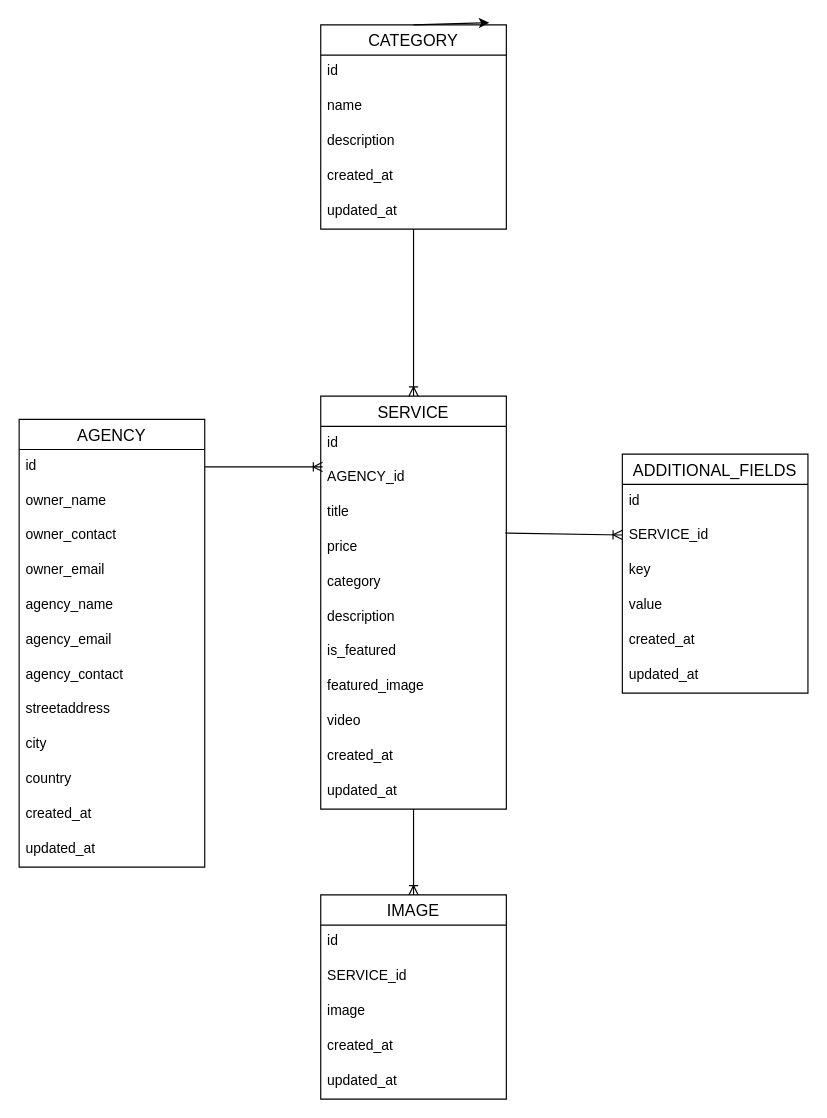
The draw.io diagram Database/VogueChainDatabase.drawio in FahadZaheerfzr/WebDev, before the edit. Source tidied: cells renumbered, new cells numbered last; positions are measured from the earlier drawing's top-left corner, leaving out a move shared by most shapes. Both pictures are drawn from the tidied source at 116%, with x=0, y=0 at pixel (19, 24).
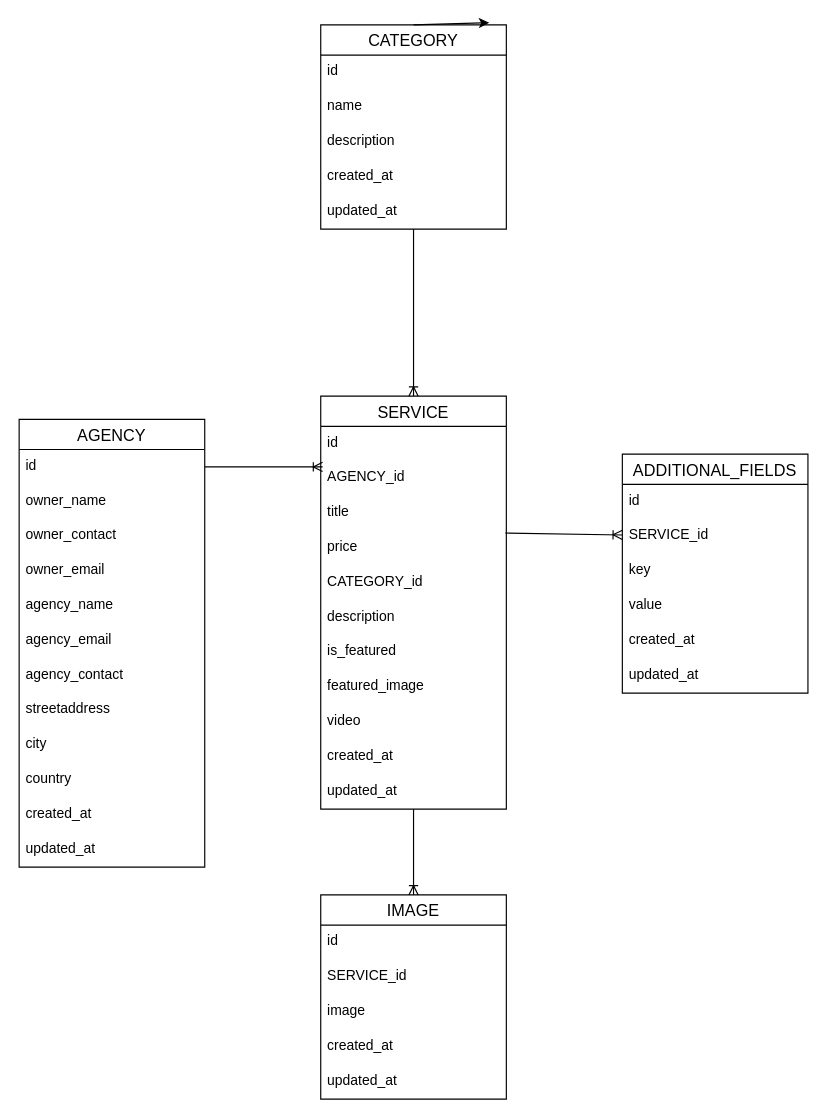
Above is the later version.

The change refers to these unchanged cells:
```xml
<mxCell id="16" value="SERVICE" style="swimlane;fontStyle=0;horizontal=1;startSize=26;align=center;fontSize=14;" parent="1" vertex="1">
  <mxGeometry x="260" y="320" width="160" height="356" as="geometry" />
</mxCell>
```

Change to the diagram source:
```diff
@@
-    <mxCell id="21" value="category" style="text;strokeColor=none;fillColor=none;spacingLeft=4;spacingRight=4;overflow=hidden;fontSize=12;" parent="16" vertex="1">
+    <mxCell id="21" value="CATEGORY_id" style="text;strokeColor=none;fillColor=none;spacingLeft=4;spacingRight=4;overflow=hidden;fontSize=12;" parent="16" vertex="1">
       <mxGeometry y="146" width="160" height="30" as="geometry" />
     </mxCell>
```
